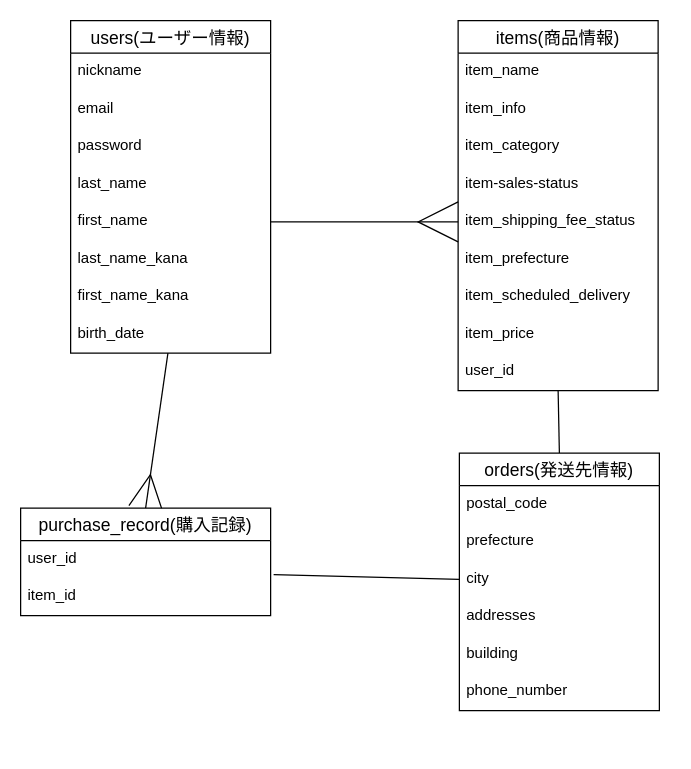
The draw.io diagram er.dio in tomotomotom/furima-41770, before the edit. Source tidied: cells renumbered, new cells numbered last; positions are measured from the earlier drawing's top-left corner, leaving out a move shared by most shapes. Both pictures are drawn from the tidied source at 125%, with x=0, y=0 at pixel (20, 20).
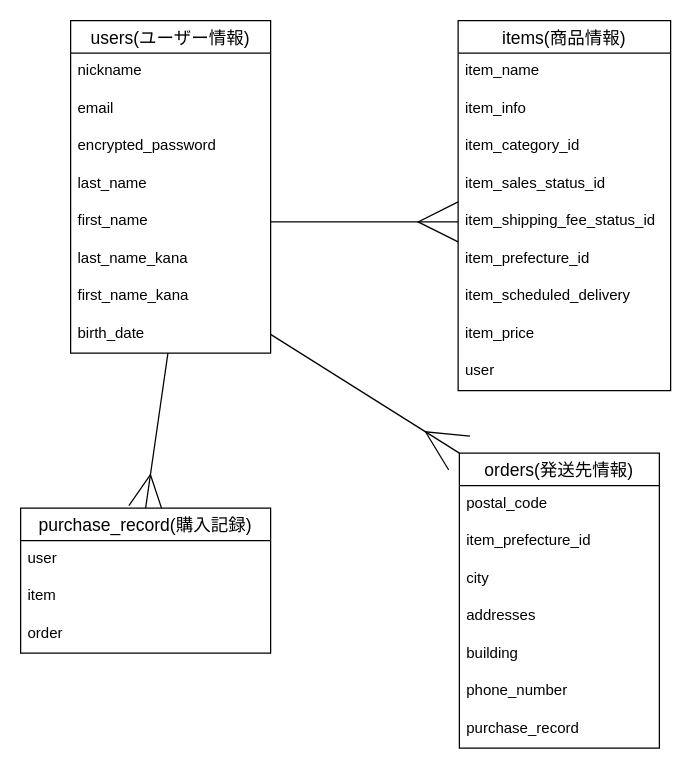
Above is the later version.

Commit message (it also covers changes not shown here):
データベース設計修正３

The change refers to these unchanged cells:
```xml
<mxCell id="2" value="users(ユーザー情報)" style="swimlane;fontStyle=0;horizontal=1;startSize=26;align=center;fontSize=14;strokeWidth=1;" parent="1" vertex="1">
  <mxGeometry x="40" width="160" height="266" as="geometry" />
</mxCell>
<mxCell id="10" value="birth_date" style="text;strokeColor=none;fillColor=none;spacingLeft=4;spacingRight=4;overflow=hidden;points=[[0,0.5],[1,0.5]];portConstraint=eastwest;fontSize=12;strokeWidth=1;" parent="2" vertex="1">
  <mxGeometry y="236" width="160" height="30" as="geometry" />
</mxCell>
<mxCell id="25" value="city" style="text;strokeColor=none;fillColor=none;spacingLeft=4;spacingRight=4;overflow=hidden;points=[[0,0.5],[1,0.5]];portConstraint=eastwest;fontSize=12;strokeWidth=1;" parent="22" vertex="1">
  <mxGeometry y="86" width="160" height="30" as="geometry" />
</mxCell>
```

What changed in the source:
```diff
@@
-    <mxCell id="5" value="password" style="text;strokeColor=none;fillColor=none;spacingLeft=4;spacingRight=4;overflow=hidden;fontSize=12;strokeWidth=1;" parent="2" vertex="1">
+    <mxCell id="5" value="encrypted_password" style="text;strokeColor=none;fillColor=none;spacingLeft=4;spacingRight=4;overflow=hidden;fontSize=12;strokeWidth=1;" parent="2" vertex="1">
       <mxGeometry y="86" width="160" height="30" as="geometry" />
     </mxCell>
@@
     <mxCell id="11" value="items(商品情報)" style="swimlane;fontStyle=0;horizontal=1;startSize=26;align=center;fontSize=14;strokeWidth=1;" parent="1" vertex="1">
-      <mxGeometry x="350" width="160" height="296" as="geometry" />
+      <mxGeometry x="350" width="170" height="296" as="geometry" />
     </mxCell>
     <mxCell id="12" value="item_name" style="text;strokeColor=none;fillColor=none;spacingLeft=4;spacingRight=4;overflow=hidden;fontSize=12;strokeWidth=1;" parent="11" vertex="1">
-      <mxGeometry y="26" width="160" height="30" as="geometry" />
+      <mxGeometry y="26" width="170" height="30" as="geometry" />
     </mxCell>
     <mxCell id="13" value="item_info" style="text;strokeColor=none;fillColor=none;spacingLeft=4;spacingRight=4;overflow=hidden;fontSize=12;strokeWidth=1;" parent="11" vertex="1">
-      <mxGeometry y="56" width="160" height="30" as="geometry" />
+      <mxGeometry y="56" width="170" height="30" as="geometry" />
     </mxCell>
-    <mxCell id="14" value="item_category" style="text;strokeColor=none;fillColor=none;spacingLeft=4;spacingRight=4;overflow=hidden;fontSize=12;strokeWidth=1;" parent="11" vertex="1">
-      <mxGeometry y="86" width="160" height="30" as="geometry" />
+    <mxCell id="14" value="item_category_id" style="text;strokeColor=none;fillColor=none;spacingLeft=4;spacingRight=4;overflow=hidden;fontSize=12;strokeWidth=1;" parent="11" vertex="1">
+      <mxGeometry y="86" width="170" height="30" as="geometry" />
     </mxCell>
-    <mxCell id="15" value="item-sales-status" style="text;strokeColor=none;fillColor=none;spacingLeft=4;spacingRight=4;overflow=hidden;fontSize=12;strokeWidth=1;" parent="11" vertex="1">
-      <mxGeometry y="116" width="160" height="30" as="geometry" />
+    <mxCell id="15" value="item_sales_status_id" style="text;strokeColor=none;fillColor=none;spacingLeft=4;spacingRight=4;overflow=hidden;fontSize=12;strokeWidth=1;" parent="11" vertex="1">
+      <mxGeometry y="116" width="170" height="30" as="geometry" />
     </mxCell>
-    <mxCell id="16" value="item_shipping_fee_status" style="text;strokeColor=none;fillColor=none;spacingLeft=4;spacingRight=4;overflow=hidden;points=[[0,0.5],[1,0.5]];portConstraint=eastwest;fontSize=12;strokeWidth=1;" parent="11" vertex="1">
-      <mxGeometry y="146" width="160" height="30" as="geometry" />
+    <mxCell id="16" value="item_shipping_fee_status_id" style="text;strokeColor=none;fillColor=none;spacingLeft=4;spacingRight=4;overflow=hidden;points=[[0,0.5],[1,0.5]];portConstraint=eastwest;fontSize=12;strokeWidth=1;" parent="11" vertex="1">
+      <mxGeometry y="146" width="170" height="30" as="geometry" />
     </mxCell>
-    <mxCell id="17" value="item_prefecture" style="text;strokeColor=none;fillColor=none;spacingLeft=4;spacingRight=4;overflow=hidden;fontSize=12;strokeWidth=1;" parent="11" vertex="1">
-      <mxGeometry y="176" width="160" height="30" as="geometry" />
+    <mxCell id="17" value="item_prefecture_id" style="text;strokeColor=none;fillColor=none;spacingLeft=4;spacingRight=4;overflow=hidden;fontSize=12;strokeWidth=1;" parent="11" vertex="1">
+      <mxGeometry y="176" width="170" height="30" as="geometry" />
     </mxCell>
     <mxCell id="18" value="item_scheduled_delivery" style="text;strokeColor=none;fillColor=none;spacingLeft=4;spacingRight=4;overflow=hidden;fontSize=12;strokeWidth=1;" parent="11" vertex="1">
-      <mxGeometry y="206" width="160" height="30" as="geometry" />
+      <mxGeometry y="206" width="170" height="30" as="geometry" />
     </mxCell>
     <mxCell id="19" value="item_price" style="text;strokeColor=none;fillColor=none;spacingLeft=4;spacingRight=4;overflow=hidden;fontSize=12;strokeWidth=1;" parent="11" vertex="1">
-      <mxGeometry y="236" width="160" height="30" as="geometry" />
+      <mxGeometry y="236" width="170" height="30" as="geometry" />
     </mxCell>
-    <mxCell id="20" value="user_id" style="text;strokeColor=none;fillColor=none;spacingLeft=4;spacingRight=4;overflow=hidden;fontSize=12;strokeWidth=1;" parent="11" vertex="1">
-      <mxGeometry y="266" width="160" height="30" as="geometry" />
+    <mxCell id="20" value="user" style="text;strokeColor=none;fillColor=none;spacingLeft=4;spacingRight=4;overflow=hidden;fontSize=12;strokeWidth=1;" parent="11" vertex="1">
+      <mxGeometry y="266" width="170" height="30" as="geometry" />
     </mxCell>
-    <mxCell id="21" style="edgeStyle=none;jumpSize=13;html=1;exitX=0.5;exitY=0;exitDx=0;exitDy=0;strokeWidth=1;startArrow=none;startFill=0;endArrow=none;endFill=0;startSize=6;sourcePerimeterSpacing=0;" parent="1" edge="1" source="22">
-      <mxGeometry relative="1" as="geometry">
-        <mxPoint x="430" y="296" as="targetPoint" />
-      </mxGeometry>
-    </mxCell>
     <mxCell id="22" value="orders(発送先情報)" style="swimlane;fontStyle=0;horizontal=1;startSize=26;align=center;fontSize=14;strokeWidth=1;" parent="1" vertex="1">
-      <mxGeometry x="351" y="346" width="160" height="206" as="geometry" />
+      <mxGeometry x="351" y="346" width="160" height="236" as="geometry" />
     </mxCell>
@@
-    <mxCell id="24" value="prefecture" style="text;strokeColor=none;fillColor=none;spacingLeft=4;spacingRight=4;overflow=hidden;fontSize=12;strokeWidth=1;" parent="22" vertex="1">
+    <mxCell id="24" value="item_prefecture_id" style="text;strokeColor=none;fillColor=none;spacingLeft=4;spacingRight=4;overflow=hidden;fontSize=12;strokeWidth=1;" parent="22" vertex="1">
       <mxGeometry y="56" width="160" height="30" as="geometry" />
     </mxCell>
@@
+    <mxCell id="35" value="purchase_record" style="text;strokeColor=none;fillColor=none;spacingLeft=4;spacingRight=4;overflow=hidden;fontSize=12;strokeWidth=1;" parent="22" vertex="1">
+      <mxGeometry y="206" width="160" height="30" as="geometry" />
+    </mxCell>
@@
     <mxCell id="30" value="purchase_record(購入記録)" style="swimlane;fontStyle=0;horizontal=1;startSize=26;align=center;fontSize=14;strokeWidth=1;" parent="1" vertex="1">
-      <mxGeometry y="390" width="200" height="86" as="geometry" />
+      <mxGeometry y="390" width="200" height="116" as="geometry" />
     </mxCell>
-    <mxCell id="31" value="user_id" style="text;strokeColor=none;fillColor=none;spacingLeft=4;spacingRight=4;overflow=hidden;fontSize=12;strokeWidth=1;" parent="30" vertex="1">
+    <mxCell id="31" value="user" style="text;strokeColor=none;fillColor=none;spacingLeft=4;spacingRight=4;overflow=hidden;fontSize=12;strokeWidth=1;" parent="30" vertex="1">
       <mxGeometry y="26" width="200" height="30" as="geometry" />
     </mxCell>
-    <mxCell id="32" value="item_id" style="text;strokeColor=none;fillColor=none;spacingLeft=4;spacingRight=4;overflow=hidden;points=[[0,0.5],[1,0.5]];portConstraint=eastwest;fontSize=12;strokeWidth=1;" parent="30" vertex="1">
+    <mxCell id="32" value="item" style="text;strokeColor=none;fillColor=none;spacingLeft=4;spacingRight=4;overflow=hidden;points=[[0,0.5],[1,0.5]];portConstraint=eastwest;fontSize=12;strokeWidth=1;" parent="30" vertex="1">
       <mxGeometry y="56" width="200" height="30" as="geometry" />
     </mxCell>
+    <mxCell id="36" value="order" style="text;strokeColor=none;fillColor=none;spacingLeft=4;spacingRight=4;overflow=hidden;fontSize=12;strokeWidth=1;" parent="30" vertex="1">
+      <mxGeometry y="86" width="200" height="30" as="geometry" />
+    </mxCell>
@@
-    <mxCell id="34" style="edgeStyle=none;jumpSize=13;html=1;exitX=0;exitY=0.5;exitDx=0;exitDy=0;entryX=1.012;entryY=-0.094;entryDx=0;entryDy=0;entryPerimeter=0;strokeWidth=1;startArrow=none;startFill=0;endArrow=none;endFill=0;startSize=6;sourcePerimeterSpacing=0;" parent="1" edge="1" source="25" target="32">
-      <mxGeometry relative="1" as="geometry" />
-    </mxCell>
+    <mxCell id="37" style="edgeStyle=none;html=1;exitX=1;exitY=0.5;exitDx=0;exitDy=0;entryX=0;entryY=0;entryDx=0;entryDy=0;startArrow=none;startFill=0;endArrow=ERmany;endFill=0;endSize=30;" parent="1" edge="1" source="10" target="22">
+      <mxGeometry relative="1" as="geometry" />
+    </mxCell>
```
